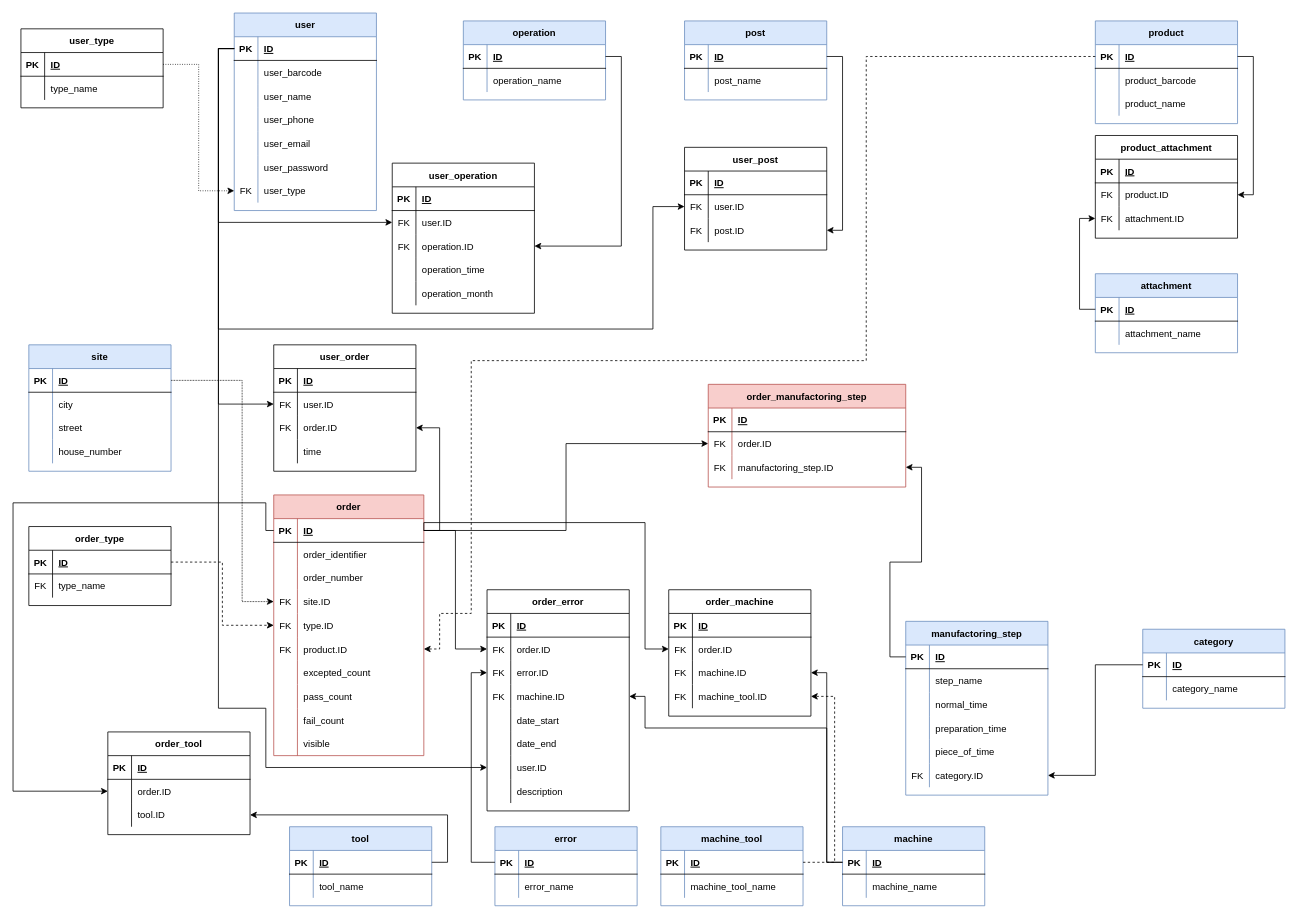
Before: DOC/diagrams/database_plan_2_0_0.drawio in KerteszZoltan/mesterminal, a draw.io diagram. Source tidied: cells renumbered, new cells numbered last; positions are measured from the earlier drawing's top-left corner, leaving out a move shared by most shapes. Both pictures are drawn from the tidied source at 79%, with x=0, y=0 at pixel (13, 13).
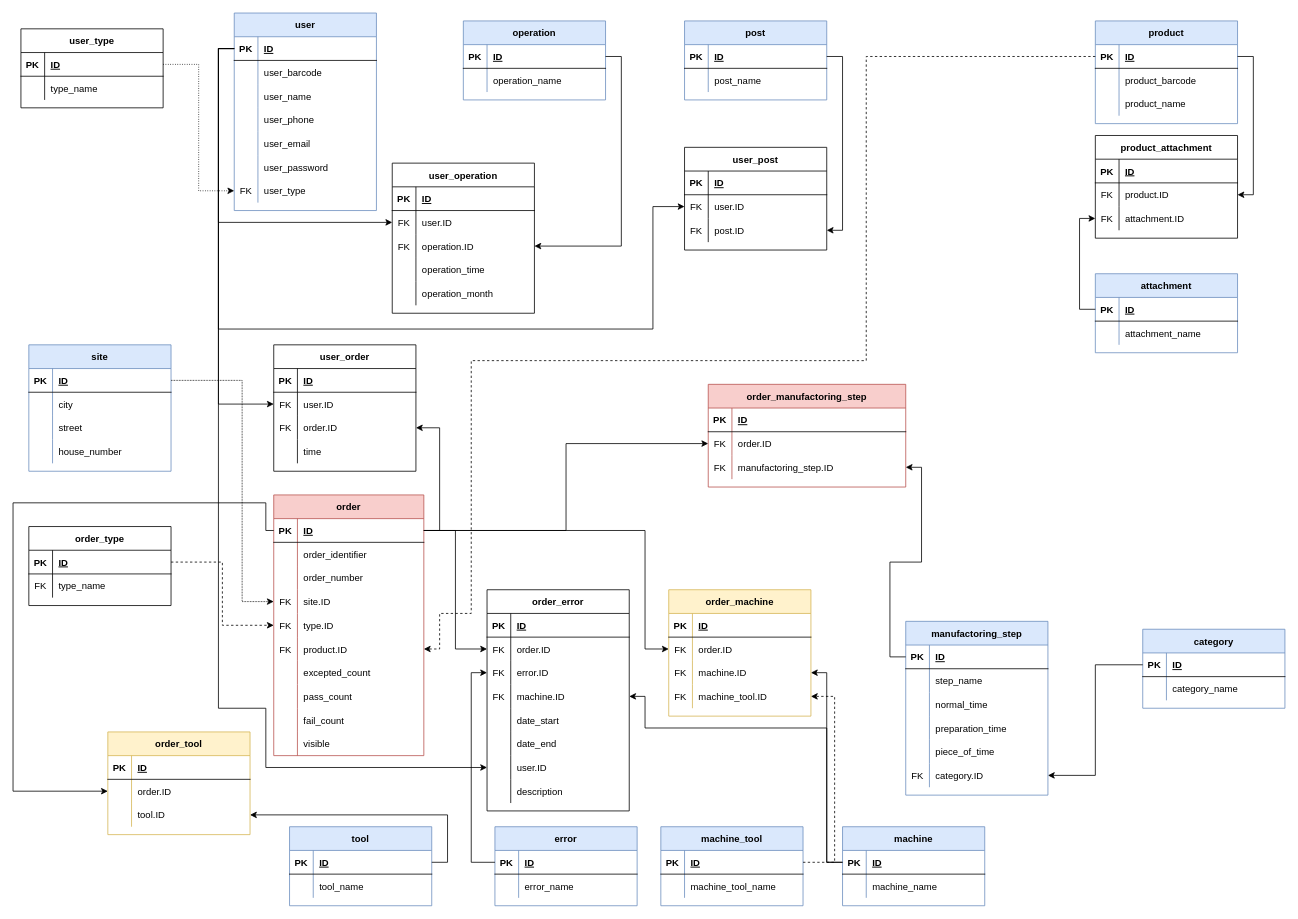
The same diagram, later.

Commit message:
style update, questionable table set yellow marker

The change refers to these unchanged cells:
```xml
<mxCell id="69" style="shape=partialRectangle;fillColor=none;top=0;left=0;bottom=1;right=0;points=[[0,0.5],[1,0.5]];portConstraint=eastwest;" parent="68" vertex="1">
  <mxGeometry y="30" width="190" height="30" as="geometry" />
</mxCell>
<mxCell id="178" style="shape=partialRectangle;fillColor=none;top=0;left=0;bottom=0;right=0;points=[[0,0.5],[1,0.5]];portConstraint=eastwest;" parent="174" vertex="1">
  <mxGeometry y="60" width="180" height="30" as="geometry" />
</mxCell>
```

What changed in the source:
```diff
@@
-    <mxCell id="121" value="order_tool" style="shape=table;startSize=30;childLayout=tableLayout;rowLines=0;fontStyle=1;align=center;" parent="1" vertex="1">
+    <mxCell id="121" value="order_tool" style="shape=table;startSize=30;childLayout=tableLayout;rowLines=0;fontStyle=1;align=center;fillColor=#fff2cc;strokeColor=#d6b656;" parent="1" vertex="1">
       <mxGeometry x="120" y="910" width="180" height="130" as="geometry" />
     </mxCell>
@@
-    <mxCell id="174" value="order_machine" style="shape=table;startSize=30;childLayout=tableLayout;rowLines=0;fontStyle=1;align=center;" parent="1" vertex="1">
+    <mxCell id="174" value="order_machine" style="shape=table;startSize=30;childLayout=tableLayout;rowLines=0;fontStyle=1;align=center;fillColor=#fff2cc;strokeColor=#d6b656;" parent="1" vertex="1">
       <mxGeometry x="830" y="730" width="180" height="160" as="geometry" />
     </mxCell>
@@
     <mxCell id="188" style="edgeStyle=orthogonalEdgeStyle;rounded=0;jettySize=auto;html=1;exitX=1;exitY=0.5;exitDx=0;exitDy=0;entryX=0;entryY=0.5;entryDx=0;entryDy=0;" parent="1" edge="1" source="69" target="178">
       <mxGeometry relative="1" as="geometry">
         <Array as="points">
-          <mxPoint x="800" y="645" />
+          <mxPoint x="800" y="655" />
           <mxPoint x="800" y="805" />
         </Array>
       </mxGeometry>
     </mxCell>
```
